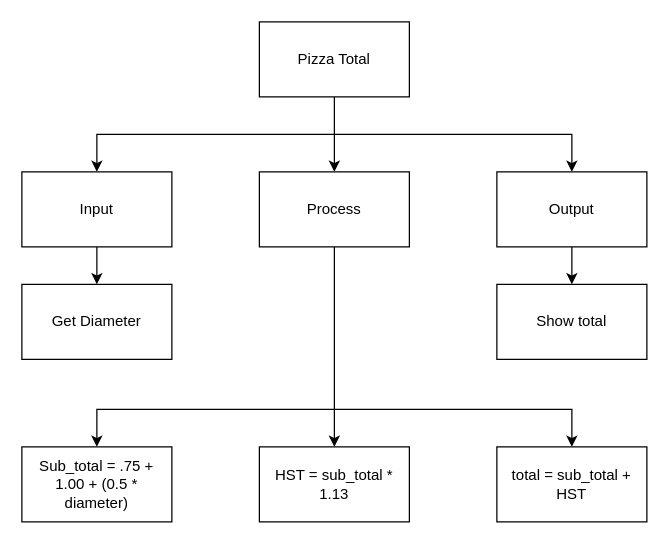
The draw.io diagram Draw.io/topdown.drawio in Peter-Gemmell/ICS3U-Assignment-6-Python, before the edit. Source tidied: cells renumbered, new cells numbered last; positions are measured from the earlier drawing's top-left corner, leaving out a move shared by most shapes. Both pictures are drawn from the tidied source at 125%, with x=0, y=0 at pixel (21, 21).
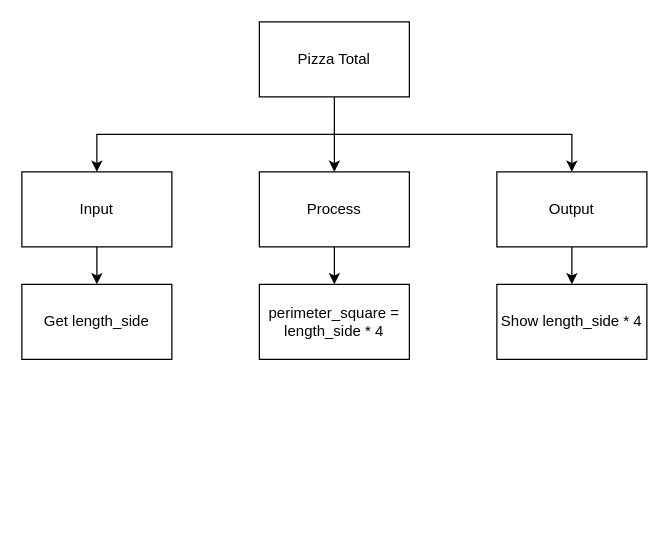
After the change.

The edit, as a diff of the source:
```diff
@@
-    <mxCell id="9" style="edgeStyle=none;rounded=0;html=1;entryX=0.5;entryY=0;entryDx=0;entryDy=0;" parent="1" edge="1" target="18">
-      <mxGeometry relative="1" as="geometry">
-        <mxPoint x="250" y="310" as="sourcePoint" />
-        <Array as="points">
-          <mxPoint x="440" y="310" />
-        </Array>
-      </mxGeometry>
-    </mxCell>
-    <mxCell id="10" style="edgeStyle=none;rounded=0;html=1;entryX=0.5;entryY=0;entryDx=0;entryDy=0;" parent="1" edge="1" target="17">
-      <mxGeometry relative="1" as="geometry">
-        <mxPoint x="250" y="310" as="sourcePoint" />
-        <Array as="points">
-          <mxPoint x="60" y="310" />
-        </Array>
-      </mxGeometry>
-    </mxCell>
@@
-    <mxCell id="14" value="Get Diameter" style="rounded=0;whiteSpace=wrap;html=1;" parent="1" vertex="1">
+    <mxCell id="14" value="Get length_side" style="rounded=0;whiteSpace=wrap;html=1;" parent="1" vertex="1">
       <mxGeometry y="210" width="120" height="60" as="geometry" />
     </mxCell>
-    <mxCell id="15" value="Show total" style="rounded=0;whiteSpace=wrap;html=1;" parent="1" vertex="1">
+    <mxCell id="15" value="Show length_side * 4" style="rounded=0;whiteSpace=wrap;html=1;" parent="1" vertex="1">
       <mxGeometry x="380" y="210" width="120" height="60" as="geometry" />
     </mxCell>
-    <mxCell id="16" value="HST = sub_total * 1.13" style="rounded=0;whiteSpace=wrap;html=1;" parent="1" vertex="1">
-      <mxGeometry x="190" y="340" width="120" height="60" as="geometry" />
+    <mxCell id="16" value="perimeter_square = length_side * 4" style="rounded=0;whiteSpace=wrap;html=1;" parent="1" vertex="1">
+      <mxGeometry x="190" y="210" width="120" height="60" as="geometry" />
     </mxCell>
-    <mxCell id="17" value="Sub_total = .75 + 1.00 + (0.5 * diameter)" style="rounded=0;whiteSpace=wrap;html=1;" parent="1" vertex="1">
-      <mxGeometry y="340" width="120" height="60" as="geometry" />
-    </mxCell>
-    <mxCell id="18" value="total = sub_total + HST" style="rounded=0;whiteSpace=wrap;html=1;" parent="1" vertex="1">
-      <mxGeometry x="380" y="340" width="120" height="60" as="geometry" />
-    </mxCell>
```
